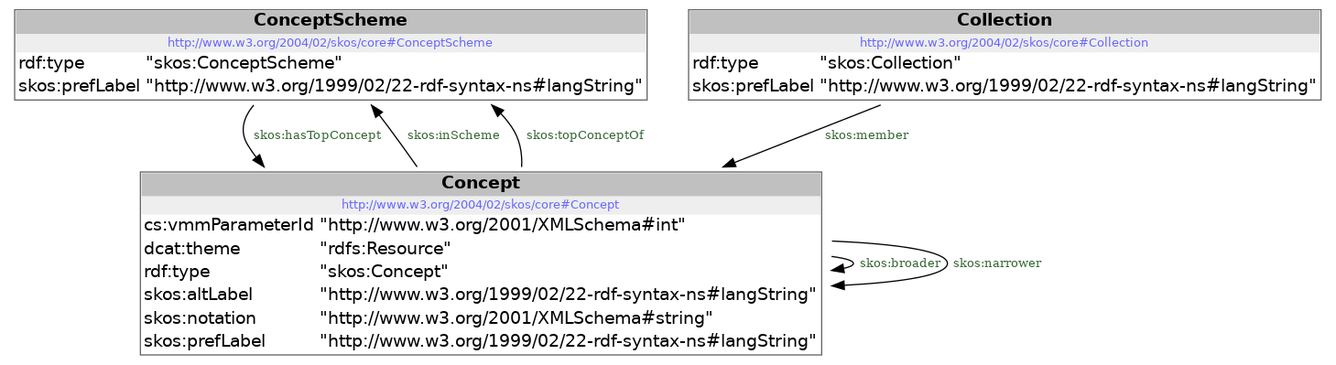
Before: src/main/documentation/model.png, a diagram exported from Graphviz (milieuinfo/codelijst-fysico-chemische-eigenschap). Its source is kept beside it as src/main/documentation/model.dot.
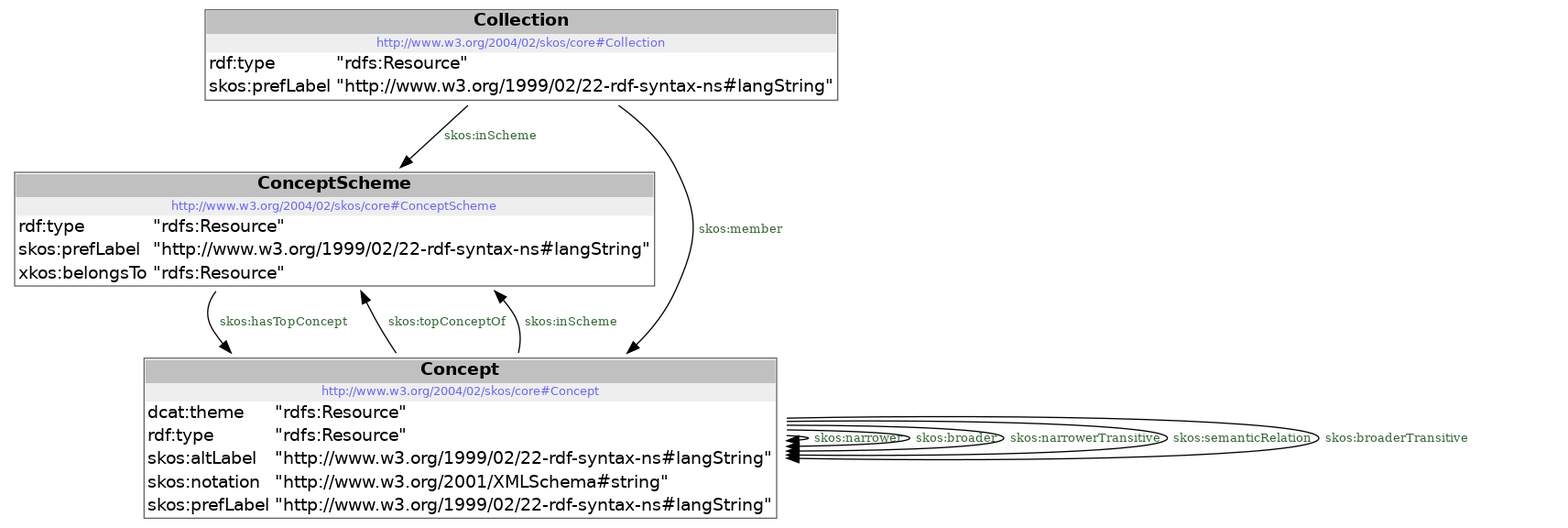
The same file after the commit.

What changed in the source:
```diff
@@ -1,12 +1,16 @@
 digraph {
  node [ fontname="DejaVu Sans" ] ;
+	node0 -> node0 [ color=BLACK, label=< <font point-size='10' color='#336633'>skos:semanticRelation</font> > ] ;
+	node0 -> node0 [ color=BLACK, label=< <font point-size='10' color='#336633'>skos:narrowerTransitive</font> > ] ;
+	node0 -> node1 [ color=BLACK, label=< <font point-size='10' color='#336633'>skos:topConceptOf</font> > ] ;
+	node0 -> node0 [ color=BLACK, label=< <font point-size='10' color='#336633'>skos:broaderTransitive</font> > ] ;
+	node0 -> node1 [ color=BLACK, label=< <font point-size='10' color='#336633'>skos:inScheme</font> > ] ;
+	node2 -> node0 [ color=BLACK, label=< <font point-size='10' color='#336633'>skos:member</font> > ] ;
+	node2 -> node1 [ color=BLACK, label=< <font point-size='10' color='#336633'>skos:inScheme</font> > ] ;
+	node1 -> node0 [ color=BLACK, label=< <font point-size='10' color='#336633'>skos:hasTopConcept</font> > ] ;
+	node0 -> node0 [ color=BLACK, label=< <font point-size='10' color='#336633'>skos:narrower</font> > ] ;
 	node0 -> node0 [ color=BLACK, label=< <font point-size='10' color='#336633'>skos:broader</font> > ] ;
-	node0 -> node1 [ color=BLACK, label=< <font point-size='10' color='#336633'>skos:inScheme</font> > ] ;
-	node0 -> node0 [ color=BLACK, label=< <font point-size='10' color='#336633'>skos:narrower</font> > ] ;
-	node1 -> node0 [ color=BLACK, label=< <font point-size='10' color='#336633'>skos:hasTopConcept</font> > ] ;
-	node0 -> node1 [ color=BLACK, label=< <font point-size='10' color='#336633'>skos:topConceptOf</font> > ] ;
-	node2 -> node0 [ color=BLACK, label=< <font point-size='10' color='#336633'>skos:member</font> > ] ;
-node0 [ shape=none, color=black label=< <table color='#666666' cellborder='0' cellspacing='0' border='1'><tr><td colspan='2' bgcolor='grey'><B>Concept</B></td></tr><tr><td href='http://www.w3.org/2004/02/skos/core#Concept' bgcolor='#eeeeee' colspan='2'><font point-size='10' color='#6666ff'>http://www.w3.org/2004/02/skos/core#Concept</font></td></tr><tr><td align='left'>cs:vmmParameterId</td><td align='left'>&quot;http://www.w3.org/2001/XMLSchema#int&quot;</td></tr><tr><td align='left'>dcat:theme</td><td align='left'>&quot;rdfs:Resource&quot;</td></tr><tr><td align='left'>rdf:type</td><td align='left'>&quot;skos:Concept&quot;</td></tr><tr><td align='left'>skos:altLabel</td><td align='left'>&quot;http://www.w3.org/1999/02/22-rdf-syntax-ns#langString&quot;</td></tr><tr><td align='left'>skos:notation</td><td align='left'>&quot;http://www.w3.org/2001/XMLSchema#string&quot;</td></tr><tr><td align='left'>skos:prefLabel</td><td align='left'>&quot;http://www.w3.org/1999/02/22-rdf-syntax-ns#langString&quot;</td></tr></table> > ]
-node1 [ shape=none, color=black label=< <table color='#666666' cellborder='0' cellspacing='0' border='1'><tr><td colspan='2' bgcolor='grey'><B>ConceptScheme</B></td></tr><tr><td href='http://www.w3.org/2004/02/skos/core#ConceptScheme' bgcolor='#eeeeee' colspan='2'><font point-size='10' color='#6666ff'>http://www.w3.org/2004/02/skos/core#ConceptScheme</font></td></tr><tr><td align='left'>rdf:type</td><td align='left'>&quot;skos:ConceptScheme&quot;</td></tr><tr><td align='left'>skos:prefLabel</td><td align='left'>&quot;http://www.w3.org/1999/02/22-rdf-syntax-ns#langString&quot;</td></tr></table> > ]
-node2 [ shape=none, color=black label=< <table color='#666666' cellborder='0' cellspacing='0' border='1'><tr><td colspan='2' bgcolor='grey'><B>Collection</B></td></tr><tr><td href='http://www.w3.org/2004/02/skos/core#Collection' bgcolor='#eeeeee' colspan='2'><font point-size='10' color='#6666ff'>http://www.w3.org/2004/02/skos/core#Collection</font></td></tr><tr><td align='left'>rdf:type</td><td align='left'>&quot;skos:Collection&quot;</td></tr><tr><td align='left'>skos:prefLabel</td><td align='left'>&quot;http://www.w3.org/1999/02/22-rdf-syntax-ns#langString&quot;</td></tr></table> > ]
+node0 [ shape=none, color=black label=< <table color='#666666' cellborder='0' cellspacing='0' border='1'><tr><td colspan='2' bgcolor='grey'><B>Concept</B></td></tr><tr><td href='http://www.w3.org/2004/02/skos/core#Concept' bgcolor='#eeeeee' colspan='2'><font point-size='10' color='#6666ff'>http://www.w3.org/2004/02/skos/core#Concept</font></td></tr><tr><td align='left'>dcat:theme</td><td align='left'>&quot;rdfs:Resource&quot;</td></tr><tr><td align='left'>rdf:type</td><td align='left'>&quot;rdfs:Resource&quot;</td></tr><tr><td align='left'>skos:altLabel</td><td align='left'>&quot;http://www.w3.org/1999/02/22-rdf-syntax-ns#langString&quot;</td></tr><tr><td align='left'>skos:notation</td><td align='left'>&quot;http://www.w3.org/2001/XMLSchema#string&quot;</td></tr><tr><td align='left'>skos:prefLabel</td><td align='left'>&quot;http://www.w3.org/1999/02/22-rdf-syntax-ns#langString&quot;</td></tr></table> > ]
+node1 [ shape=none, color=black label=< <table color='#666666' cellborder='0' cellspacing='0' border='1'><tr><td colspan='2' bgcolor='grey'><B>ConceptScheme</B></td></tr><tr><td href='http://www.w3.org/2004/02/skos/core#ConceptScheme' bgcolor='#eeeeee' colspan='2'><font point-size='10' color='#6666ff'>http://www.w3.org/2004/02/skos/core#ConceptScheme</font></td></tr><tr><td align='left'>rdf:type</td><td align='left'>&quot;rdfs:Resource&quot;</td></tr><tr><td align='left'>skos:prefLabel</td><td align='left'>&quot;http://www.w3.org/1999/02/22-rdf-syntax-ns#langString&quot;</td></tr><tr><td align='left'>xkos:belongsTo</td><td align='left'>&quot;rdfs:Resource&quot;</td></tr></table> > ]
+node2 [ shape=none, color=black label=< <table color='#666666' cellborder='0' cellspacing='0' border='1'><tr><td colspan='2' bgcolor='grey'><B>Collection</B></td></tr><tr><td href='http://www.w3.org/2004/02/skos/core#Collection' bgcolor='#eeeeee' colspan='2'><font point-size='10' color='#6666ff'>http://www.w3.org/2004/02/skos/core#Collection</font></td></tr><tr><td align='left'>rdf:type</td><td align='left'>&quot;rdfs:Resource&quot;</td></tr><tr><td align='left'>skos:prefLabel</td><td align='left'>&quot;http://www.w3.org/1999/02/22-rdf-syntax-ns#langString&quot;</td></tr></table> > ]
 }
```
